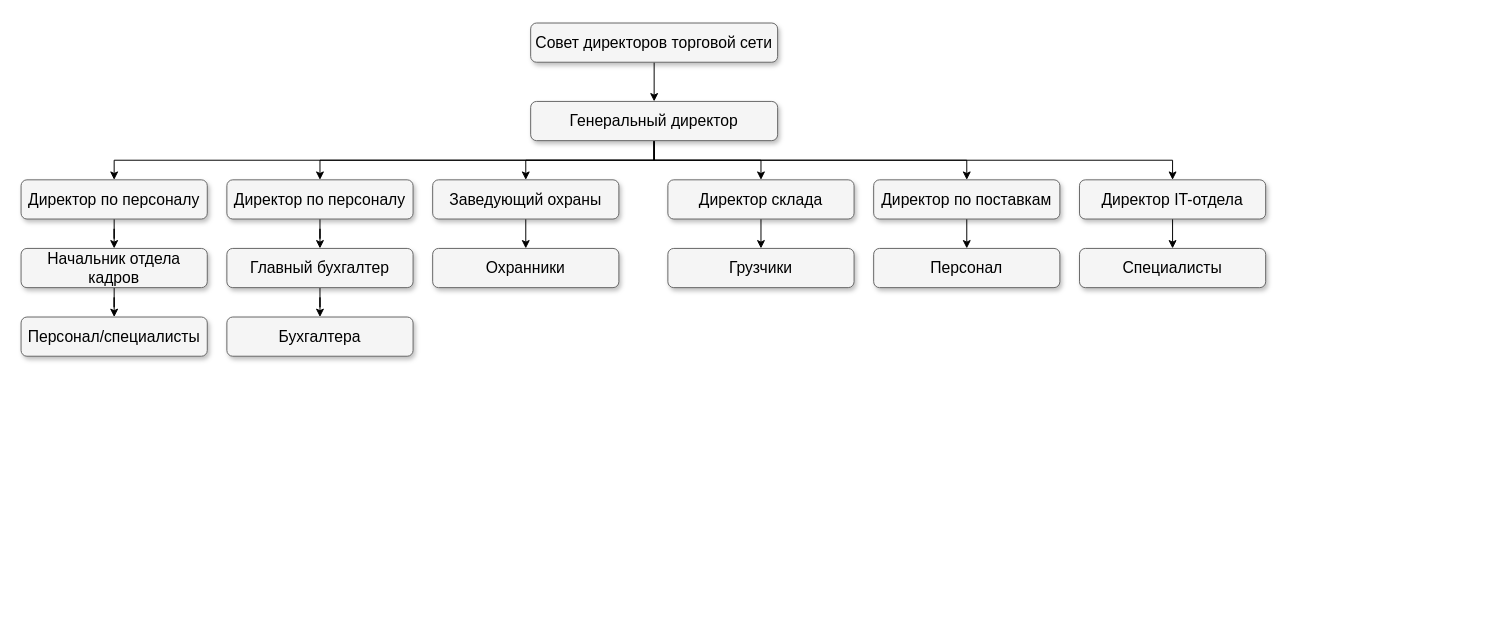
Before: органи.drawio in alimskeetit/d, a draw.io diagram. Source tidied: cells renumbered, new cells numbered last; positions are measured from the earlier drawing's top-left corner, leaving out a move shared by most shapes. Both pictures are drawn from the tidied source at 98%, with x=0, y=0 at pixel (21, 23).
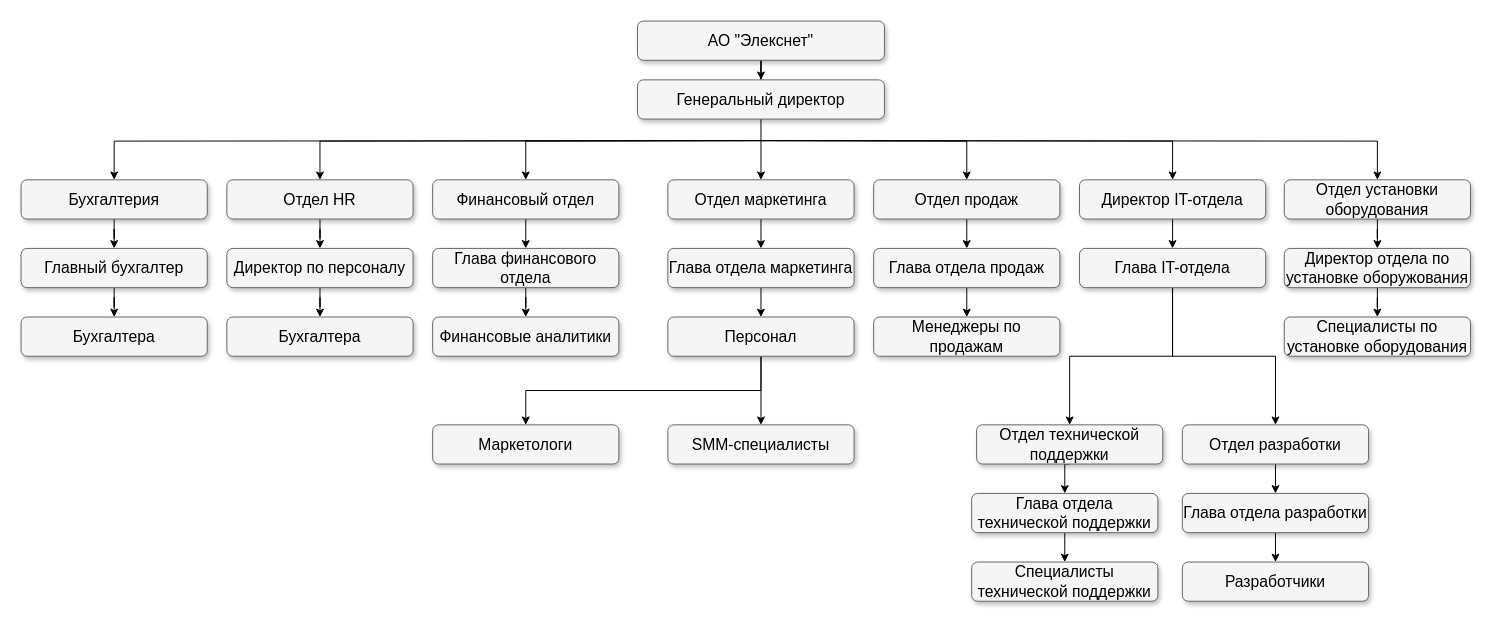
Above is the later version.

Unchanged cells that the change refers to:
```xml
<mxCell id="28" value="Директор IT-отдела" style="whiteSpace=wrap;html=1;rounded=1;shadow=1;strokeWidth=1;fontSize=16;align=center;fillColor=#f5f5f5;strokeColor=#666666;" parent="1" vertex="1">
  <mxGeometry x="1080" y="160" width="190" height="40" as="geometry" />
</mxCell>
```

What changed in the source:
```diff
@@
-    <mxCell id="3" value="Совет директоров торговой сети" style="whiteSpace=wrap;html=1;rounded=1;shadow=1;strokeWidth=1;fontSize=16;align=center;fillColor=#f5f5f5;strokeColor=#666666;" parent="1" vertex="1">
-      <mxGeometry x="520" width="252" height="40" as="geometry" />
+    <mxCell id="3" value="АО &quot;Элекснет&quot;" style="whiteSpace=wrap;html=1;rounded=1;shadow=1;strokeWidth=1;fontSize=16;align=center;fillColor=#f5f5f5;strokeColor=#666666;" parent="1" vertex="1">
+      <mxGeometry x="629" y="-2" width="252" height="40" as="geometry" />
     </mxCell>
-    <mxCell id="4" style="edgeStyle=orthogonalEdgeStyle;rounded=0;jettySize=auto;html=1;exitX=0.5;exitY=1;exitDx=0;exitDy=0;entryX=0.5;entryY=0;entryDx=0;entryDy=0;" parent="1" edge="1" source="10" target="17">
-      <mxGeometry relative="1" as="geometry" />
+    <mxCell id="4" style="edgeStyle=orthogonalEdgeStyle;rounded=0;jettySize=auto;html=1;exitX=0.5;exitY=1;exitDx=0;exitDy=0;entryX=0.5;entryY=0;entryDx=0;entryDy=0;" parent="1" edge="1" target="17">
+      <mxGeometry relative="1" as="geometry">
+        <mxPoint x="756" y="120" as="sourcePoint" />
+      </mxGeometry>
     </mxCell>
-    <mxCell id="5" style="edgeStyle=orthogonalEdgeStyle;rounded=0;jettySize=auto;html=1;exitX=0.5;exitY=1;exitDx=0;exitDy=0;entryX=0.5;entryY=0;entryDx=0;entryDy=0;" parent="1" edge="1" source="10" target="12">
-      <mxGeometry relative="1" as="geometry" />
+    <mxCell id="5" style="edgeStyle=orthogonalEdgeStyle;rounded=0;jettySize=auto;html=1;exitX=0.5;exitY=1;exitDx=0;exitDy=0;entryX=0.5;entryY=0;entryDx=0;entryDy=0;" parent="1" edge="1" target="12">
+      <mxGeometry relative="1" as="geometry">
+        <mxPoint x="756" y="120" as="sourcePoint" />
+      </mxGeometry>
     </mxCell>
-    <mxCell id="6" style="edgeStyle=orthogonalEdgeStyle;rounded=0;jettySize=auto;html=1;exitX=0.5;exitY=1;exitDx=0;exitDy=0;entryX=0.5;entryY=0;entryDx=0;entryDy=0;" parent="1" edge="1" source="10" target="22">
-      <mxGeometry relative="1" as="geometry" />
-    </mxCell>
-    <mxCell id="7" style="edgeStyle=orthogonalEdgeStyle;rounded=0;jettySize=auto;html=1;exitX=0.5;exitY=1;exitDx=0;exitDy=0;entryX=0.5;entryY=0;entryDx=0;entryDy=0;" parent="1" edge="1" source="10" target="25">
-      <mxGeometry relative="1" as="geometry" />
+    <mxCell id="7" style="edgeStyle=orthogonalEdgeStyle;rounded=0;jettySize=auto;html=1;exitX=0.5;exitY=1;exitDx=0;exitDy=0;entryX=0.5;entryY=0;entryDx=0;entryDy=0;" parent="1" edge="1" target="25">
+      <mxGeometry relative="1" as="geometry">
+        <mxPoint x="756" y="120" as="sourcePoint" />
+      </mxGeometry>
     </mxCell>
-    <mxCell id="8" style="edgeStyle=orthogonalEdgeStyle;rounded=0;jettySize=auto;html=1;exitX=0.5;exitY=1;exitDx=0;exitDy=0;entryX=0.5;entryY=0;entryDx=0;entryDy=0;" parent="1" edge="1" source="10" target="28">
-      <mxGeometry relative="1" as="geometry" />
+    <mxCell id="8" style="edgeStyle=orthogonalEdgeStyle;rounded=0;jettySize=auto;html=1;exitX=0.5;exitY=1;exitDx=0;exitDy=0;entryX=0.5;entryY=0;entryDx=0;entryDy=0;" parent="1" edge="1" target="28">
+      <mxGeometry relative="1" as="geometry">
+        <mxPoint x="756" y="120" as="sourcePoint" />
+      </mxGeometry>
     </mxCell>
-    <mxCell id="9" style="edgeStyle=orthogonalEdgeStyle;rounded=0;jettySize=auto;html=1;exitX=0.5;exitY=1;exitDx=0;exitDy=0;entryX=0.5;entryY=0;entryDx=0;entryDy=0;" parent="1" edge="1" source="10" target="31">
-      <mxGeometry relative="1" as="geometry" />
+    <mxCell id="9" style="edgeStyle=orthogonalEdgeStyle;rounded=0;jettySize=auto;html=1;exitX=0.5;exitY=1;exitDx=0;exitDy=0;entryX=0.5;entryY=0;entryDx=0;entryDy=0;" parent="1" edge="1" target="31">
+      <mxGeometry relative="1" as="geometry">
+        <mxPoint x="756" y="120" as="sourcePoint" />
+      </mxGeometry>
     </mxCell>
+    <mxCell id="6" style="edgeStyle=orthogonalEdgeStyle;rounded=0;jettySize=auto;html=1;exitX=0.5;exitY=1;exitDx=0;exitDy=0;entryX=0.5;entryY=0;entryDx=0;entryDy=0;" parent="1" edge="1" source="10" target="22">
+      <mxGeometry relative="1" as="geometry" />
+    </mxCell>
+    <mxCell id="33" style="edgeStyle=orthogonalEdgeStyle;rounded=0;jettySize=auto;html=1;exitX=0.5;exitY=1;exitDx=0;exitDy=0;" parent="1" edge="1" target="57">
+      <mxGeometry relative="1" as="geometry">
+        <mxPoint x="755" y="120" as="sourcePoint" />
+      </mxGeometry>
+    </mxCell>
     <mxCell id="10" value="Генеральный директор" style="whiteSpace=wrap;html=1;rounded=1;shadow=1;strokeWidth=1;fontSize=16;align=center;fillColor=#f5f5f5;strokeColor=#666666;" parent="1" vertex="1">
-      <mxGeometry x="520" y="80" width="252" height="40" as="geometry" />
+      <mxGeometry x="629" y="58" width="252" height="40" as="geometry" />
     </mxCell>
@@
-    <mxCell id="12" value="Директор по персоналу" style="whiteSpace=wrap;html=1;rounded=1;shadow=1;strokeWidth=1;fontSize=16;align=center;fillColor=#f5f5f5;strokeColor=#666666;" parent="1" vertex="1">
+    <mxCell id="12" value="Бухгалтерия" style="whiteSpace=wrap;html=1;rounded=1;shadow=1;strokeWidth=1;fontSize=16;align=center;fillColor=#f5f5f5;strokeColor=#666666;" parent="1" vertex="1">
       <mxGeometry y="160" width="190" height="40" as="geometry" />
     </mxCell>
@@
-    <mxCell id="14" value="Начальник отдела кадров" style="whiteSpace=wrap;html=1;rounded=1;shadow=1;strokeWidth=1;fontSize=16;align=center;fillColor=#f5f5f5;strokeColor=#666666;" parent="1" vertex="1">
+    <mxCell id="14" value="Главный бухгалтер" style="whiteSpace=wrap;html=1;rounded=1;shadow=1;strokeWidth=1;fontSize=16;align=center;fillColor=#f5f5f5;strokeColor=#666666;" parent="1" vertex="1">
       <mxGeometry y="230" width="190" height="40" as="geometry" />
     </mxCell>
-    <mxCell id="15" value="Персонал/специалисты" style="whiteSpace=wrap;html=1;rounded=1;shadow=1;strokeWidth=1;fontSize=16;align=center;fillColor=#f5f5f5;strokeColor=#666666;" parent="1" vertex="1">
+    <mxCell id="15" value="Бухгалтера" style="whiteSpace=wrap;html=1;rounded=1;shadow=1;strokeWidth=1;fontSize=16;align=center;fillColor=#f5f5f5;strokeColor=#666666;" parent="1" vertex="1">
       <mxGeometry y="300" width="190" height="40" as="geometry" />
     </mxCell>
@@
-    <mxCell id="17" value="Директор по персоналу" style="whiteSpace=wrap;html=1;rounded=1;shadow=1;strokeWidth=1;fontSize=16;align=center;fillColor=#f5f5f5;strokeColor=#666666;" parent="1" vertex="1">
+    <mxCell id="17" value="Отдел HR" style="whiteSpace=wrap;html=1;rounded=1;shadow=1;strokeWidth=1;fontSize=16;align=center;fillColor=#f5f5f5;strokeColor=#666666;" parent="1" vertex="1">
       <mxGeometry x="210" y="160" width="190" height="40" as="geometry" />
     </mxCell>
@@
-    <mxCell id="19" value="Главный бухгалтер" style="whiteSpace=wrap;html=1;rounded=1;shadow=1;strokeWidth=1;fontSize=16;align=center;fillColor=#f5f5f5;strokeColor=#666666;" parent="1" vertex="1">
+    <mxCell id="19" value="Директор по персоналу" style="whiteSpace=wrap;html=1;rounded=1;shadow=1;strokeWidth=1;fontSize=16;align=center;fillColor=#f5f5f5;strokeColor=#666666;" parent="1" vertex="1">
       <mxGeometry x="210" y="230" width="190" height="40" as="geometry" />
     </mxCell>
@@
-    <mxCell id="22" value="Директор склада" style="whiteSpace=wrap;html=1;rounded=1;shadow=1;strokeWidth=1;fontSize=16;align=center;fillColor=#f5f5f5;strokeColor=#666666;" parent="1" vertex="1">
+    <mxCell id="22" value="Отдел маркетинга" style="whiteSpace=wrap;html=1;rounded=1;shadow=1;strokeWidth=1;fontSize=16;align=center;fillColor=#f5f5f5;strokeColor=#666666;" parent="1" vertex="1">
       <mxGeometry x="660" y="160" width="190" height="40" as="geometry" />
     </mxCell>
+    <mxCell id="34" style="edgeStyle=orthogonalEdgeStyle;rounded=0;jettySize=auto;html=1;exitX=0.5;exitY=1;exitDx=0;exitDy=0;entryX=0.5;entryY=0;entryDx=0;entryDy=0;" parent="1" edge="1" source="23" target="42">
+      <mxGeometry relative="1" as="geometry" />
+    </mxCell>
-    <mxCell id="23" value="Грузчики" style="whiteSpace=wrap;html=1;rounded=1;shadow=1;strokeWidth=1;fontSize=16;align=center;fillColor=#f5f5f5;strokeColor=#666666;" parent="1" vertex="1">
+    <mxCell id="23" value="Глава отдела маркетинга" style="whiteSpace=wrap;html=1;rounded=1;shadow=1;strokeWidth=1;fontSize=16;align=center;fillColor=#f5f5f5;strokeColor=#666666;" parent="1" vertex="1">
       <mxGeometry x="660" y="230" width="190" height="40" as="geometry" />
     </mxCell>
@@
-    <mxCell id="25" value="Директор по поставкам" style="whiteSpace=wrap;html=1;rounded=1;shadow=1;strokeWidth=1;fontSize=16;align=center;fillColor=#f5f5f5;strokeColor=#666666;" parent="1" vertex="1">
+    <mxCell id="25" value="Отдел продаж" style="whiteSpace=wrap;html=1;rounded=1;shadow=1;strokeWidth=1;fontSize=16;align=center;fillColor=#f5f5f5;strokeColor=#666666;" parent="1" vertex="1">
       <mxGeometry x="870" y="160" width="190" height="40" as="geometry" />
     </mxCell>
+    <mxCell id="35" style="edgeStyle=orthogonalEdgeStyle;rounded=0;jettySize=auto;html=1;exitX=0.5;exitY=1;exitDx=0;exitDy=0;entryX=0.5;entryY=0;entryDx=0;entryDy=0;" parent="1" edge="1" source="26" target="45">
+      <mxGeometry relative="1" as="geometry" />
+    </mxCell>
-    <mxCell id="26" value="Персонал" style="whiteSpace=wrap;html=1;rounded=1;shadow=1;strokeWidth=1;fontSize=16;align=center;fillColor=#f5f5f5;strokeColor=#666666;" parent="1" vertex="1">
+    <mxCell id="26" value="Глава отдела продаж" style="whiteSpace=wrap;html=1;rounded=1;shadow=1;strokeWidth=1;fontSize=16;align=center;fillColor=#f5f5f5;strokeColor=#666666;" parent="1" vertex="1">
       <mxGeometry x="870" y="230" width="190" height="40" as="geometry" />
     </mxCell>
@@
+    <mxCell id="36" style="edgeStyle=orthogonalEdgeStyle;rounded=0;jettySize=auto;html=1;exitX=0.5;exitY=1;exitDx=0;exitDy=0;entryX=0.5;entryY=0;entryDx=0;entryDy=0;" parent="1" edge="1" source="29" target="47">
+      <mxGeometry relative="1" as="geometry" />
+    </mxCell>
+    <mxCell id="37" style="edgeStyle=orthogonalEdgeStyle;rounded=0;jettySize=auto;html=1;exitX=0.5;exitY=1;exitDx=0;exitDy=0;entryX=0.5;entryY=0;entryDx=0;entryDy=0;" parent="1" edge="1" source="29" target="49">
+      <mxGeometry relative="1" as="geometry" />
+    </mxCell>
-    <mxCell id="29" value="Специалисты" style="whiteSpace=wrap;html=1;rounded=1;shadow=1;strokeWidth=1;fontSize=16;align=center;fillColor=#f5f5f5;strokeColor=#666666;" parent="1" vertex="1">
+    <mxCell id="29" value="Глава IT-отдела" style="whiteSpace=wrap;html=1;rounded=1;shadow=1;strokeWidth=1;fontSize=16;align=center;fillColor=#f5f5f5;strokeColor=#666666;" parent="1" vertex="1">
       <mxGeometry x="1080" y="230" width="190" height="40" as="geometry" />
     </mxCell>
@@
-    <mxCell id="31" value="Заведующий охраны" style="whiteSpace=wrap;html=1;rounded=1;shadow=1;strokeWidth=1;fontSize=16;align=center;fillColor=#f5f5f5;strokeColor=#666666;" parent="1" vertex="1">
+    <mxCell id="31" value="Финансовый отдел" style="whiteSpace=wrap;html=1;rounded=1;shadow=1;strokeWidth=1;fontSize=16;align=center;fillColor=#f5f5f5;strokeColor=#666666;" parent="1" vertex="1">
       <mxGeometry x="420" y="160" width="190" height="40" as="geometry" />
     </mxCell>
+    <mxCell id="38" style="edgeStyle=orthogonalEdgeStyle;rounded=0;jettySize=auto;html=1;" parent="1" edge="1" source="32" target="39">
+      <mxGeometry relative="1" as="geometry" />
+    </mxCell>
-    <mxCell id="32" value="Охранники" style="whiteSpace=wrap;html=1;rounded=1;shadow=1;strokeWidth=1;fontSize=16;align=center;fillColor=#f5f5f5;strokeColor=#666666;" parent="1" vertex="1">
+    <mxCell id="32" value="Глава финансового отдела" style="whiteSpace=wrap;html=1;rounded=1;shadow=1;strokeWidth=1;fontSize=16;align=center;fillColor=#f5f5f5;strokeColor=#666666;" parent="1" vertex="1">
       <mxGeometry x="420" y="230" width="190" height="40" as="geometry" />
     </mxCell>
+    <mxCell id="39" value="Финансовые аналитики" style="whiteSpace=wrap;html=1;rounded=1;shadow=1;strokeWidth=1;fontSize=16;align=center;fillColor=#f5f5f5;strokeColor=#666666;" parent="1" vertex="1">
+      <mxGeometry x="420" y="300" width="190" height="40" as="geometry" />
+    </mxCell>
+    <mxCell id="40" style="edgeStyle=orthogonalEdgeStyle;rounded=0;jettySize=auto;html=1;" parent="1" edge="1" source="42" target="44">
+      <mxGeometry relative="1" as="geometry" />
+    </mxCell>
+    <mxCell id="41" style="edgeStyle=orthogonalEdgeStyle;rounded=0;jettySize=auto;html=1;exitX=0.5;exitY=1;exitDx=0;exitDy=0;entryX=0.5;entryY=0;entryDx=0;entryDy=0;" parent="1" edge="1" source="42" target="43">
+      <mxGeometry relative="1" as="geometry" />
+    </mxCell>
+    <mxCell id="42" value="Персонал" style="whiteSpace=wrap;html=1;rounded=1;shadow=1;strokeWidth=1;fontSize=16;align=center;fillColor=#f5f5f5;strokeColor=#666666;" parent="1" vertex="1">
+      <mxGeometry x="660" y="300" width="190" height="40" as="geometry" />
+    </mxCell>
+    <mxCell id="43" value="Маркетологи" style="whiteSpace=wrap;html=1;rounded=1;shadow=1;strokeWidth=1;fontSize=16;align=center;fillColor=#f5f5f5;strokeColor=#666666;" parent="1" vertex="1">
+      <mxGeometry x="420" y="410" width="190" height="40" as="geometry" />
+    </mxCell>
+    <mxCell id="44" value="SMM-специалисты" style="whiteSpace=wrap;html=1;rounded=1;shadow=1;strokeWidth=1;fontSize=16;align=center;fillColor=#f5f5f5;strokeColor=#666666;" parent="1" vertex="1">
+      <mxGeometry x="660" y="410" width="190" height="40" as="geometry" />
+    </mxCell>
+    <mxCell id="45" value="Менеджеры по продажам" style="whiteSpace=wrap;html=1;rounded=1;shadow=1;strokeWidth=1;fontSize=16;align=center;fillColor=#f5f5f5;strokeColor=#666666;" parent="1" vertex="1">
+      <mxGeometry x="870" y="300" width="190" height="40" as="geometry" />
+    </mxCell>
+    <mxCell id="46" style="edgeStyle=orthogonalEdgeStyle;rounded=0;jettySize=auto;html=1;exitX=0.5;exitY=1;exitDx=0;exitDy=0;entryX=0.5;entryY=0;entryDx=0;entryDy=0;" parent="1" edge="1" source="47" target="51">
+      <mxGeometry relative="1" as="geometry" />
+    </mxCell>
+    <mxCell id="47" value="Отдел технической поддержки" style="whiteSpace=wrap;html=1;rounded=1;shadow=1;strokeWidth=1;fontSize=16;align=center;fillColor=#f5f5f5;strokeColor=#666666;" parent="1" vertex="1">
+      <mxGeometry x="975" y="410" width="190" height="40" as="geometry" />
+    </mxCell>
+    <mxCell id="48" style="edgeStyle=orthogonalEdgeStyle;rounded=0;jettySize=auto;html=1;exitX=0.5;exitY=1;exitDx=0;exitDy=0;entryX=0.5;entryY=0;entryDx=0;entryDy=0;" parent="1" edge="1" source="49" target="53">
+      <mxGeometry relative="1" as="geometry" />
+    </mxCell>
+    <mxCell id="49" value="Отдел разработки" style="whiteSpace=wrap;html=1;rounded=1;shadow=1;strokeWidth=1;fontSize=16;align=center;fillColor=#f5f5f5;strokeColor=#666666;" parent="1" vertex="1">
+      <mxGeometry x="1185" y="410" width="190" height="40" as="geometry" />
+    </mxCell>
+    <mxCell id="50" style="edgeStyle=orthogonalEdgeStyle;rounded=0;jettySize=auto;html=1;exitX=0.5;exitY=1;exitDx=0;exitDy=0;entryX=0.5;entryY=0;entryDx=0;entryDy=0;" parent="1" edge="1" source="51" target="54">
+      <mxGeometry relative="1" as="geometry" />
+    </mxCell>
+    <mxCell id="51" value="Глава отдела технической поддержки" style="whiteSpace=wrap;html=1;rounded=1;shadow=1;strokeWidth=1;fontSize=16;align=center;fillColor=#f5f5f5;strokeColor=#666666;" parent="1" vertex="1">
+      <mxGeometry x="970" y="480" width="190" height="40" as="geometry" />
+    </mxCell>
+    <mxCell id="52" style="edgeStyle=orthogonalEdgeStyle;rounded=0;jettySize=auto;html=1;exitX=0.5;exitY=1;exitDx=0;exitDy=0;entryX=0.5;entryY=0;entryDx=0;entryDy=0;" parent="1" edge="1" source="53" target="55">
+      <mxGeometry relative="1" as="geometry" />
+    </mxCell>
+    <mxCell id="53" value="Глава отдела разработки" style="whiteSpace=wrap;html=1;rounded=1;shadow=1;strokeWidth=1;fontSize=16;align=center;fillColor=#f5f5f5;strokeColor=#666666;" parent="1" vertex="1">
+      <mxGeometry x="1185" y="480" width="190" height="40" as="geometry" />
+    </mxCell>
+    <mxCell id="54" value="Специалисты технической поддержки" style="whiteSpace=wrap;html=1;rounded=1;shadow=1;strokeWidth=1;fontSize=16;align=center;fillColor=#f5f5f5;strokeColor=#666666;" parent="1" vertex="1">
+      <mxGeometry x="970" y="550" width="190" height="40" as="geometry" />
+    </mxCell>
+    <mxCell id="55" value="Разработчики" style="whiteSpace=wrap;html=1;rounded=1;shadow=1;strokeWidth=1;fontSize=16;align=center;fillColor=#f5f5f5;strokeColor=#666666;" parent="1" vertex="1">
+      <mxGeometry x="1185" y="550" width="190" height="40" as="geometry" />
+    </mxCell>
+    <mxCell id="56" style="edgeStyle=orthogonalEdgeStyle;rounded=0;jettySize=auto;html=1;" parent="1" edge="1" source="57" target="59">
+      <mxGeometry relative="1" as="geometry" />
+    </mxCell>
+    <mxCell id="57" value="Отдел установки оборудования" style="whiteSpace=wrap;html=1;rounded=1;shadow=1;strokeWidth=1;fontSize=16;align=center;fillColor=#f5f5f5;strokeColor=#666666;" parent="1" vertex="1">
+      <mxGeometry x="1289" y="160" width="190" height="40" as="geometry" />
+    </mxCell>
+    <mxCell id="58" style="edgeStyle=orthogonalEdgeStyle;rounded=0;jettySize=auto;html=1;" parent="1" edge="1" source="59" target="60">
+      <mxGeometry relative="1" as="geometry" />
+    </mxCell>
+    <mxCell id="59" value="Директор отдела по установке оборужования" style="whiteSpace=wrap;html=1;rounded=1;shadow=1;strokeWidth=1;fontSize=16;align=center;fillColor=#f5f5f5;strokeColor=#666666;" parent="1" vertex="1">
+      <mxGeometry x="1289" y="230" width="190" height="40" as="geometry" />
+    </mxCell>
+    <mxCell id="60" value="Специалисты по установке оборудования" style="whiteSpace=wrap;html=1;rounded=1;shadow=1;strokeWidth=1;fontSize=16;align=center;fillColor=#f5f5f5;strokeColor=#666666;" parent="1" vertex="1">
+      <mxGeometry x="1289" y="300" width="190" height="40" as="geometry" />
+    </mxCell>
```
